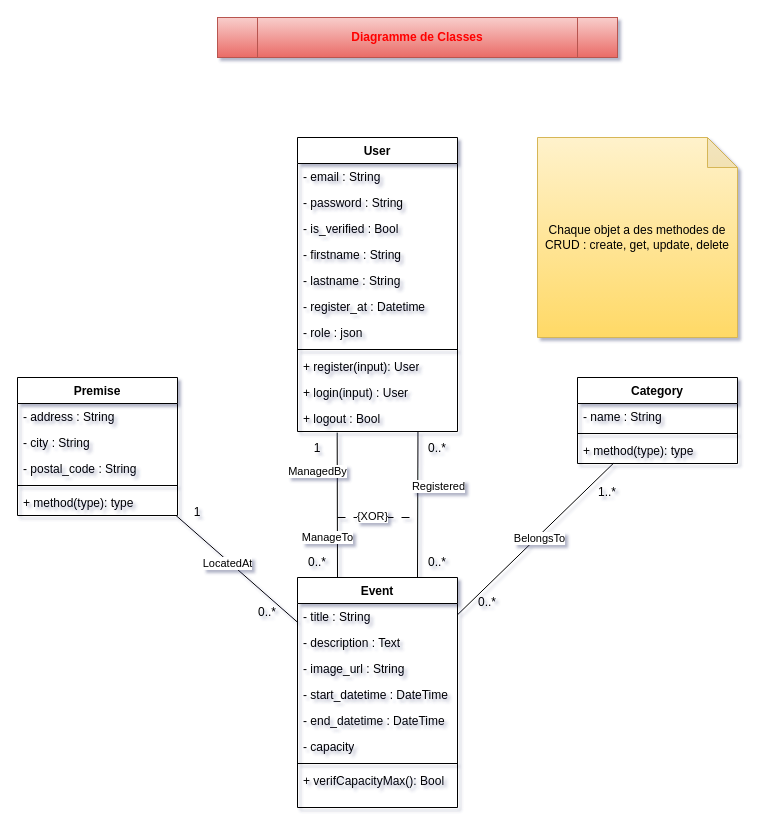
This is UML/Classe_Projet_Fil_Rouge.drawio from Mzk-Ali/M2I_Projet_Fil_Rouge_Conception, a draw.io file, before an edit. Source tidied: cells renumbered, new cells numbered last; positions are measured from the earlier drawing's top-left corner, leaving out a move shared by most shapes. Both pictures are drawn from the tidied source at 100%, with x=0, y=0 at pixel (17, 17).
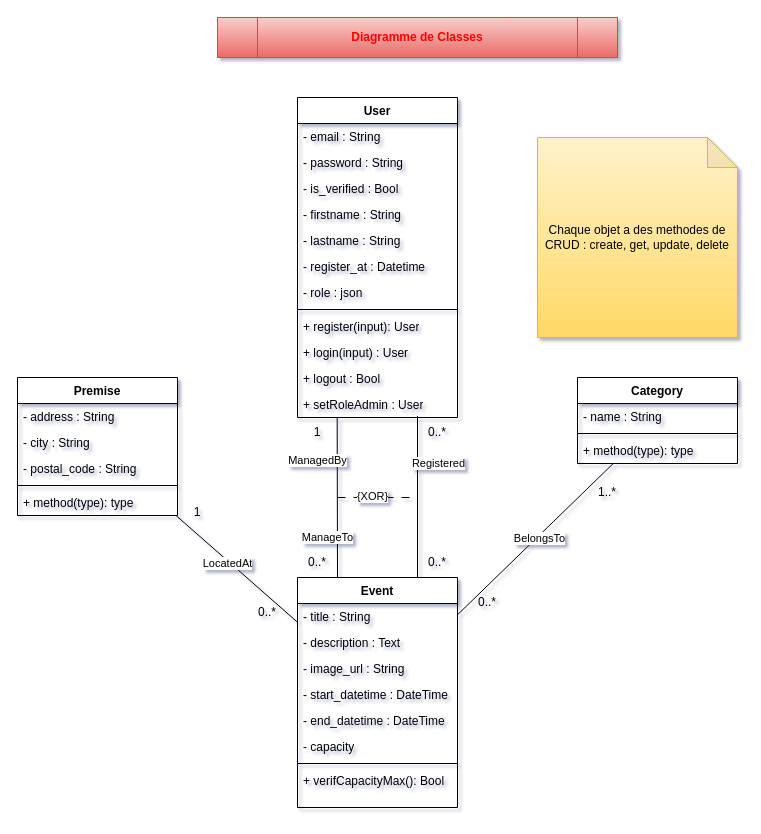
After the change.

Commit message:
Mettre à jour Classe_Projet_Fil_Rouge.drawio

Unchanged cells that the change refers to:
```xml
<mxCell id="17" value="+ logout : Bool" style="text;strokeColor=none;fillColor=none;align=left;verticalAlign=top;spacingLeft=4;spacingRight=4;overflow=hidden;points=[[0,0.5],[1,0.5]];portConstraint=eastwest;whiteSpace=wrap;html=1;" parent="6" vertex="1">
  <mxGeometry y="268" width="160" height="26" as="geometry" />
</mxCell>
<mxCell id="18" value="Event" style="swimlane;fontStyle=1;align=center;verticalAlign=top;horizontal=1;startSize=26;whiteSpace=wrap;html=1;" parent="1" vertex="1">
  <mxGeometry x="280" y="560" width="160" height="230" as="geometry" />
</mxCell>
```

Change to the diagram source:
```diff
@@
-    <mxCell id="3" style="rounded=0;jettySize=auto;html=1;endArrow=none;endFill=0;exitX=0.248;exitY=1.042;exitDx=0;exitDy=0;exitPerimeter=0;entryX=0.25;entryY=0;entryDx=0;entryDy=0;" parent="1" edge="1" source="17" target="18">
+    <mxCell id="3" style="rounded=0;jettySize=auto;html=1;endArrow=none;endFill=0;exitX=0.248;exitY=1.013;exitDx=0;exitDy=0;exitPerimeter=0;entryX=0.25;entryY=0;entryDx=0;entryDy=0;" parent="1" edge="1" source="54" target="18">
       <mxGeometry relative="1" as="geometry" />
     </mxCell>
     <mxCell id="4" value="ManageTo" style="edgeLabel;html=1;align=center;verticalAlign=middle;" parent="3" vertex="1">
       <mxGeometry x="-0.1" relative="1" as="geometry">
-        <mxPoint x="-10" y="39" as="offset" />
+        <mxPoint x="-10" y="47" as="offset" />
       </mxGeometry>
     </mxCell>
@@
     <mxCell id="6" value="User" style="swimlane;fontStyle=1;align=center;verticalAlign=top;horizontal=1;startSize=26;whiteSpace=wrap;html=1;" parent="1" vertex="1">
-      <mxGeometry x="280" y="120" width="160" height="294" as="geometry" />
+      <mxGeometry x="280" y="80" width="160" height="320" as="geometry" />
     </mxCell>
@@
+    <mxCell id="54" value="+ setRoleAdmin : User" style="text;strokeColor=none;fillColor=none;align=left;verticalAlign=top;spacingLeft=4;spacingRight=4;overflow=hidden;points=[[0,0.5],[1,0.5]];portConstraint=eastwest;whiteSpace=wrap;html=1;" parent="6" vertex="1">
+      <mxGeometry y="294" width="160" height="26" as="geometry" />
+    </mxCell>
@@
-    <mxCell id="41" style="rounded=0;jettySize=auto;html=1;endArrow=none;endFill=0;exitX=0.753;exitY=1.016;exitDx=0;exitDy=0;exitPerimeter=0;entryX=0.75;entryY=0;entryDx=0;entryDy=0;" parent="1" edge="1" source="17" target="18">
+    <mxCell id="41" style="rounded=0;jettySize=auto;html=1;endArrow=none;endFill=0;entryX=0.75;entryY=0;entryDx=0;entryDy=0;exitX=0.75;exitY=0.949;exitDx=0;exitDy=0;exitPerimeter=0;" parent="1" edge="1" source="54" target="18">
       <mxGeometry relative="1" as="geometry" />
     </mxCell>
     <mxCell id="42" value="Registered" style="edgeLabel;html=1;align=center;verticalAlign=middle;" parent="41" vertex="1">
       <mxGeometry x="0.01" y="2" relative="1" as="geometry">
-        <mxPoint x="18" y="-20" as="offset" />
+        <mxPoint x="18" y="-34" as="offset" />
       </mxGeometry>
     </mxCell>
@@
     <mxCell id="46" value="0..*" style="text;html=1;align=center;verticalAlign=middle;whiteSpace=wrap;rounded=0;" parent="1" vertex="1">
-      <mxGeometry x="390" y="416" width="60" height="30" as="geometry" />
+      <mxGeometry x="390" y="400" width="60" height="30" as="geometry" />
     </mxCell>
@@
     <mxCell id="48" value="1" style="text;html=1;align=center;verticalAlign=middle;whiteSpace=wrap;rounded=0;" parent="1" vertex="1">
-      <mxGeometry x="270" y="416" width="60" height="30" as="geometry" />
+      <mxGeometry x="270" y="400" width="60" height="30" as="geometry" />
     </mxCell>
@@
     <mxCell id="52" style="endArrow=none;html=1;rounded=0;dashed=1;dashPattern=8 8;" parent="1" edge="1">
       <mxGeometry relative="1" as="geometry">
-        <mxPoint x="320" y="500" as="sourcePoint" />
-        <mxPoint x="400" y="500" as="targetPoint" />
+        <mxPoint x="320" y="480" as="sourcePoint" />
+        <mxPoint x="400" y="480" as="targetPoint" />
       </mxGeometry>
     </mxCell>
```
